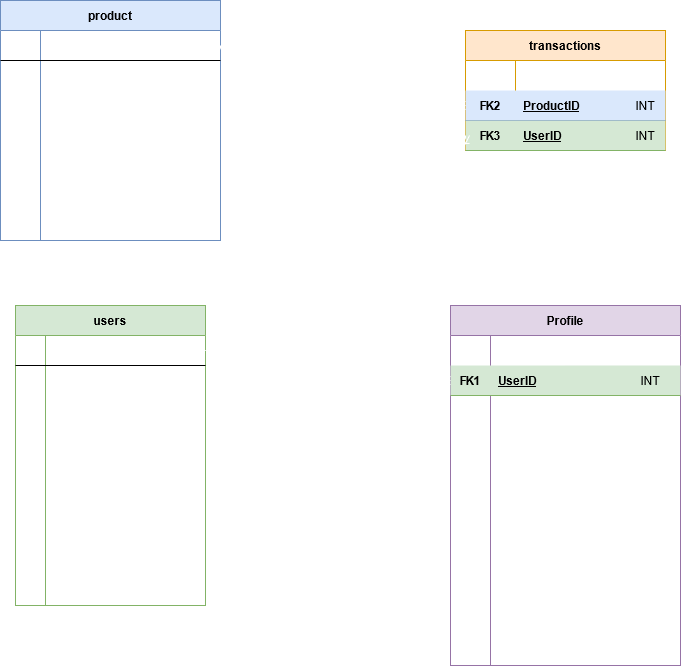
Earlier version of the draw.io export ER Diagram (SQL).png (Cybernadero/ER). Source tidied: cells renumbered, new cells last; positions are measured from the earlier drawing's top-left corner, leaving out a move shared by most shapes.
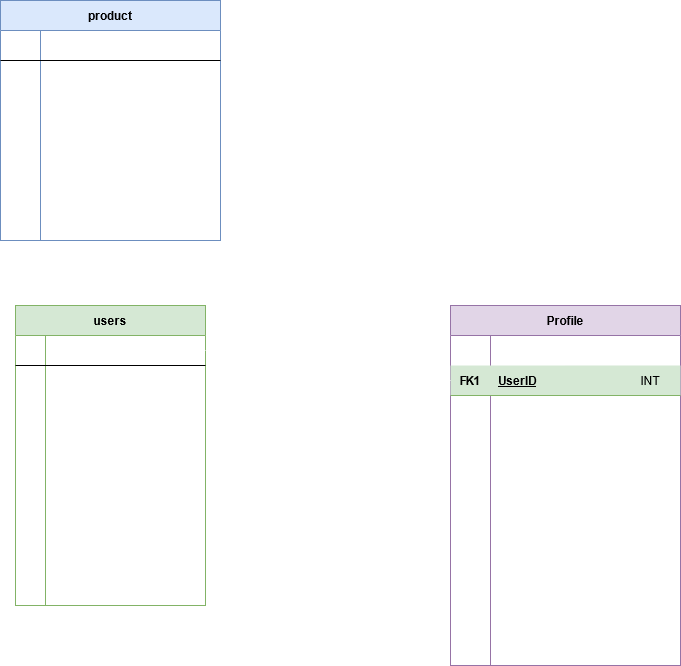
Above is the later version.

Change to the diagram source:
```diff
@@ -254,55 +254,7 @@
     <mxCell id="85" style="shape=partialRectangle;fillColor=none;top=0;left=0;bottom=0;right=0;align=left;spacingLeft=6;overflow=hidden;" parent="83" vertex="1">
       <mxGeometry x="40" width="190" height="30" as="geometry" />
     </mxCell>
-    <mxCell id="86" value="transactions" style="shape=table;startSize=30;rowLines=0;fontStyle=1;align=center;fillColor=#ffe6cc;strokeColor=#d79b00;" parent="1" vertex="1">
-      <mxGeometry x="465" y="30" width="200" height="120" as="geometry" />
-    </mxCell>
-    <mxCell id="87" style="shape=partialRectangle;fillColor=none;top=0;left=0;bottom=0;right=0;" parent="86" vertex="1">
-      <mxGeometry y="30" width="200" height="30" as="geometry" />
-    </mxCell>
-    <mxCell id="88" value="PK" style="shape=partialRectangle;fillColor=none;top=0;left=0;bottom=0;right=0;fontStyle=1;overflow=hidden;fontColor=#FFFFFF;" parent="87" vertex="1">
-      <mxGeometry width="50" height="30" as="geometry" />
-    </mxCell>
-    <mxCell id="89" value="TransactionID" style="shape=partialRectangle;fillColor=none;top=0;left=0;bottom=0;right=0;align=left;spacingLeft=6;fontStyle=5;overflow=hidden;fontColor=#FFFFFF;" parent="87" vertex="1">
-      <mxGeometry x="50" width="150" height="30" as="geometry" />
-    </mxCell>
-    <mxCell id="90" style="shape=partialRectangle;fillColor=#dae8fc;top=0;left=0;bottom=1;right=0;points=[[0,0.5],[1,0.5]];portConstraint=eastwest;strokeColor=#6c8ebf;" parent="86" vertex="1">
-      <mxGeometry y="60" width="200" height="30" as="geometry" />
-    </mxCell>
-    <mxCell id="91" value="    FK2    " style="shape=partialRectangle;fillColor=none;top=0;left=0;bottom=0;right=0;fontStyle=1;overflow=hidden;" parent="90" vertex="1">
-      <mxGeometry width="50" height="30" as="geometry" />
-    </mxCell>
-    <mxCell id="92" value="ProductID" style="shape=partialRectangle;fillColor=none;top=0;left=0;bottom=0;right=0;align=left;spacingLeft=6;fontStyle=5;overflow=hidden;" parent="90" vertex="1">
-      <mxGeometry x="50" width="150" height="30" as="geometry" />
-    </mxCell>
-    <mxCell id="93" style="shape=partialRectangle;fillColor=#d5e8d4;top=0;left=0;bottom=1;right=0;points=[[0,0.5],[1,0.5]];portConstraint=eastwest;strokeColor=#82b366;" parent="86" vertex="1">
-      <mxGeometry y="90" width="200" height="30" as="geometry" />
-    </mxCell>
-    <mxCell id="94" value="FK3" style="shape=partialRectangle;fillColor=none;top=0;left=0;bottom=0;right=0;fontStyle=1;overflow=hidden;" parent="93" vertex="1">
-      <mxGeometry width="50" height="30" as="geometry" />
-    </mxCell>
-    <mxCell id="95" value="UserID" style="shape=partialRectangle;fillColor=none;top=0;left=0;bottom=0;right=0;align=left;spacingLeft=6;fontStyle=5;overflow=hidden;" parent="93" vertex="1">
-      <mxGeometry x="50" width="150" height="30" as="geometry" />
-    </mxCell>
-    <mxCell id="96" style="edgeStyle=orthogonalEdgeStyle;rounded=1;jettySize=auto;html=1;exitX=1;exitY=0.5;exitDx=0;exitDy=0;entryX=0;entryY=0.5;entryDx=0;entryDy=0;endArrow=ERoneToMany;endFill=0;align=left;strokeColor=#FFFFFF;" parent="1" edge="1" source="3" target="90">
-      <mxGeometry relative="1" as="geometry">
-        <Array as="points">
-          <mxPoint x="220" y="50" />
-          <mxPoint x="425" y="50" />
-          <mxPoint x="425" y="105" />
-        </Array>
-      </mxGeometry>
-    </mxCell>
-    <mxCell id="97" style="edgeStyle=orthogonalEdgeStyle;rounded=1;jettySize=auto;html=1;exitX=1;exitY=0.5;exitDx=0;exitDy=0;entryX=0;entryY=0.5;entryDx=0;entryDy=0;endArrow=ERoneToMany;endFill=0;strokeColor=#FFFFFF;" parent="1" edge="1" source="25" target="93">
-      <mxGeometry relative="1" as="geometry">
-        <Array as="points">
-          <mxPoint x="365" y="350" />
-          <mxPoint x="365" y="140" />
-          <mxPoint x="465" y="140" />
-        </Array>
-      </mxGeometry>
-    </mxCell>
-    <mxCell id="98" style="edgeStyle=orthogonalEdgeStyle;rounded=1;jettySize=auto;html=1;exitX=1;exitY=0.5;exitDx=0;exitDy=0;entryX=0;entryY=0.5;entryDx=0;entryDy=0;endArrow=ERoneToMany;endFill=0;strokeColor=#FFFFFF;" parent="1" edge="1" source="25" target="56">
+    <mxCell id="98" style="edgeStyle=orthogonalEdgeStyle;rounded=1;jettySize=auto;html=1;exitX=1;exitY=0.5;exitDx=0;exitDy=0;entryX=0;entryY=0.5;entryDx=0;entryDy=0;endArrow=diamond;endFill=0;strokeColor=#FFFFFF;startArrow=diamond;startFill=0;" parent="1" edge="1" source="25" target="56">
       <mxGeometry relative="1" as="geometry">
         <Array as="points">
           <mxPoint x="325" y="350" />
@@ -313,15 +265,6 @@
     <mxCell id="99" value="&lt;div&gt;&lt;font color=&quot;#FFFFFF&quot;&gt;INT&lt;/font&gt;&lt;/div&gt;" style="text;html=1;strokeColor=none;fillColor=none;align=center;verticalAlign=middle;whiteSpace=wrap;rounded=0;" parent="1" vertex="1">
       <mxGeometry x="130" y="30" width="40" height="30" as="geometry" />
     </mxCell>
-    <mxCell id="100" value="&lt;div&gt;&lt;font color=&quot;#FFFFFF&quot;&gt;INT&lt;/font&gt;&lt;/div&gt;" style="text;html=1;strokeColor=none;fillColor=none;align=center;verticalAlign=middle;whiteSpace=wrap;rounded=0;" parent="1" vertex="1">
-      <mxGeometry x="625" y="60" width="40" height="30" as="geometry" />
-    </mxCell>
-    <mxCell id="101" value="&lt;div&gt;INT&lt;/div&gt;" style="text;html=1;strokeColor=none;fillColor=none;align=center;verticalAlign=middle;whiteSpace=wrap;rounded=0;" parent="1" vertex="1">
-      <mxGeometry x="625" y="90" width="40" height="30" as="geometry" />
-    </mxCell>
-    <mxCell id="102" value="&lt;div&gt;INT&lt;/div&gt;" style="text;html=1;strokeColor=none;fillColor=none;align=center;verticalAlign=middle;whiteSpace=wrap;rounded=0;" parent="1" vertex="1">
-      <mxGeometry x="625" y="120" width="40" height="30" as="geometry" />
-    </mxCell>
     <mxCell id="103" value="&lt;div&gt;&lt;font color=&quot;#FFFFFF&quot;&gt;INT&lt;/font&gt;&lt;/div&gt;" style="text;html=1;strokeColor=none;fillColor=none;align=center;verticalAlign=middle;whiteSpace=wrap;rounded=0;" parent="1" vertex="1">
       <mxGeometry x="630" y="335" width="40" height="30" as="geometry" />
     </mxCell>
```
